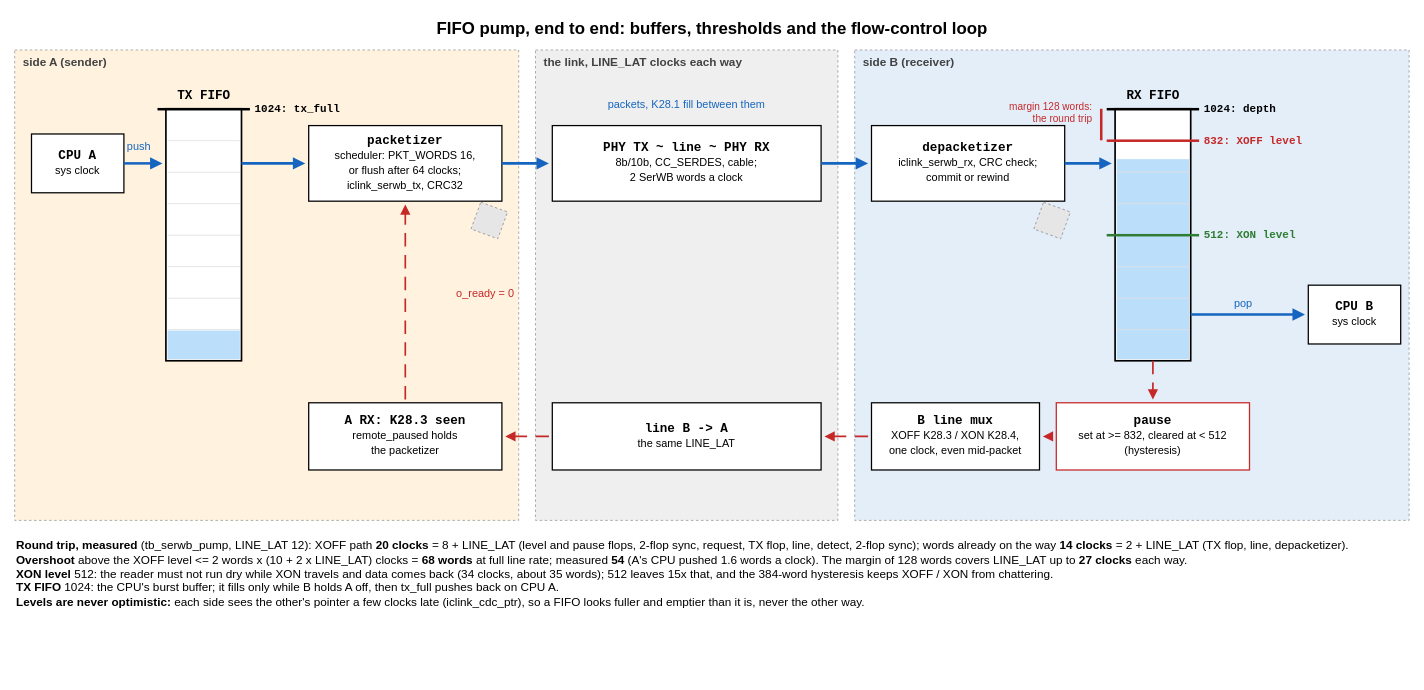
Before: 7.SerDes/0.doc/serwb-pump-e2e.drawio in chili-chips-ba/openCologne, a draw.io diagram. Source tidied: cells renumbered, new cells numbered last; positions are measured from the earlier drawing's top-left corner, leaving out a move shared by most shapes. Both pictures are drawn from the tidied source at 84%, with x=0, y=0 at pixel (14, 14). Pictures stored in the file or linked from it are replaced by grey dashed boxes.
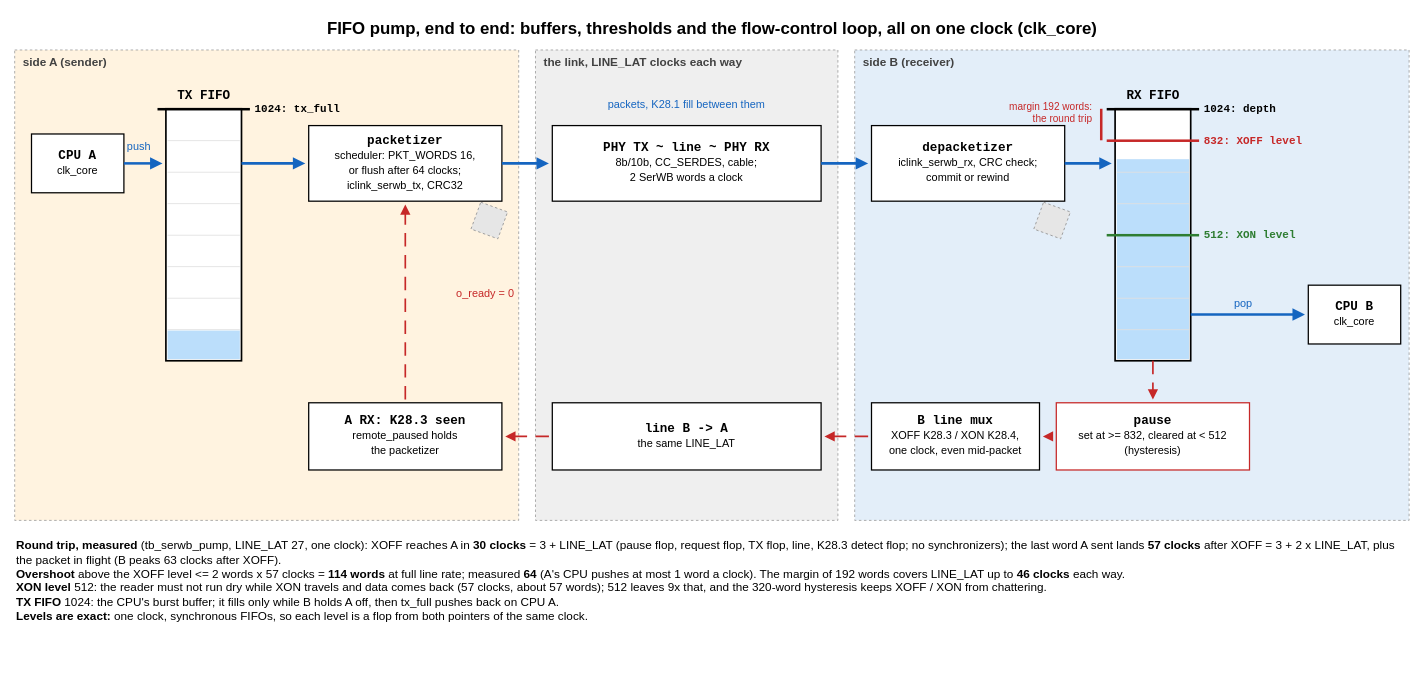
The same diagram, later.

The edit, as a diff of the source:
```diff
@@
-    <mxCell id="2" value="FIFO pump, end to end: buffers, thresholds and the flow-control loop" style="text;html=1;align=center;verticalAlign=middle;fontSize=20;fontStyle=1;fontColor=#000000;fontFamily=Helvetica;" parent="1" vertex="1">
+    <mxCell id="2" value="FIFO pump, end to end: buffers, thresholds and the flow-control loop, all on one clock (clk_core)" style="text;html=1;align=center;verticalAlign=middle;fontSize=20;fontStyle=1;fontColor=#000000;fontFamily=Helvetica;" parent="1" vertex="1">
       <mxGeometry width="1660" height="30" as="geometry" />
     </mxCell>
@@
-    <mxCell id="9" value="&lt;b&gt;CPU A&lt;/b&gt;&lt;br&gt;&lt;span style='font-family:Helvetica;font-size:13px'&gt;sys clock&lt;/span&gt;" style="rounded=0;fillColor=#ffffff;strokeColor=#000000;strokeWidth=1.5;fontSize=15;fontColor=#000000;html=1;whiteSpace=wrap;fontFamily=Courier New;" parent="1" vertex="1">
+    <mxCell id="9" value="&lt;b&gt;CPU A&lt;/b&gt;&lt;br&gt;&lt;span style='font-family:Helvetica;font-size:13px'&gt;clk_core&lt;/span&gt;" style="rounded=0;fillColor=#ffffff;strokeColor=#000000;strokeWidth=1.5;fontSize=15;fontColor=#000000;html=1;whiteSpace=wrap;fontFamily=Courier New;" parent="1" vertex="1">
       <mxGeometry x="20" y="142" width="110" height="70" as="geometry" />
     </mxCell>
@@
-    <mxCell id="41" value="&lt;b&gt;CPU B&lt;/b&gt;&lt;br&gt;&lt;span style='font-family:Helvetica;font-size:13px'&gt;sys clock&lt;/span&gt;" style="rounded=0;fillColor=#ffffff;strokeColor=#000000;strokeWidth=1.5;fontSize=15;fontColor=#000000;html=1;whiteSpace=wrap;fontFamily=Courier New;" parent="1" vertex="1">
+    <mxCell id="41" value="&lt;b&gt;CPU B&lt;/b&gt;&lt;br&gt;&lt;span style='font-family:Helvetica;font-size:13px'&gt;clk_core&lt;/span&gt;" style="rounded=0;fillColor=#ffffff;strokeColor=#000000;strokeWidth=1.5;fontSize=15;fontColor=#000000;html=1;whiteSpace=wrap;fontFamily=Courier New;" parent="1" vertex="1">
       <mxGeometry x="1540" y="322" width="110" height="70" as="geometry" />
     </mxCell>
@@
-    <mxCell id="52" value="margin 128 words:&lt;br&gt;the round trip" style="text;html=1;align=right;verticalAlign=top;fontSize=12;fontColor=#c62828;whiteSpace=wrap;fontFamily=Helvetica;" parent="1" vertex="1">
+    <mxCell id="52" value="margin 192 words:&lt;br&gt;the round trip" style="text;html=1;align=right;verticalAlign=top;fontSize=12;fontColor=#c62828;whiteSpace=wrap;fontFamily=Helvetica;" parent="1" vertex="1">
       <mxGeometry x="1140" y="96" width="145" height="40" as="geometry" />
     </mxCell>
@@
-    <mxCell id="65" value="&lt;b&gt;Round trip, measured&lt;/b&gt; (tb_serwb_pump, LINE_LAT 12): XOFF path &lt;b&gt;20 clocks&lt;/b&gt; = 8 + LINE_LAT (level and pause flops, 2-flop sync, request, TX flop, line, detect, 2-flop sync); words already on the way &lt;b&gt;14 clocks&lt;/b&gt; = 2 + LINE_LAT (TX flop, line, depacketizer).&lt;br&gt;&lt;b&gt;Overshoot&lt;/b&gt; above the XOFF level &amp;lt;= 2 words x (10 + 2 x LINE_LAT) clocks = &lt;b&gt;68 words&lt;/b&gt; at full line rate; measured &lt;b&gt;54&lt;/b&gt; (A's CPU pushed 1.6 words a clock). The margin of 128 words covers LINE_LAT up to &lt;b&gt;27 clocks&lt;/b&gt; each way.&lt;br&gt;&lt;b&gt;XON level&lt;/b&gt; 512: the reader must not run dry while XON travels and data comes back (34 clocks, about 35 words); 512 leaves 15x that, and the 384-word hysteresis keeps XOFF / XON from chattering.&lt;br&gt;&lt;b&gt;TX FIFO&lt;/b&gt; 1024: the CPU's burst buffer; it fills only while B holds A off, then tx_full pushes back on CPU A.&lt;br&gt;&lt;b&gt;Levels are never optimistic:&lt;/b&gt; each side sees the other's pointer a few clocks late (iclink_cdc_ptr), so a FIFO looks fuller and emptier than it is, never the other way." style="text;html=1;align=left;verticalAlign=top;fontSize=14;fontColor=#000000;whiteSpace=wrap;fontFamily=Helvetica;" parent="1" vertex="1">
+    <mxCell id="65" value="&lt;b&gt;Round trip, measured&lt;/b&gt; (tb_serwb_pump, LINE_LAT 27, one clock): XOFF reaches A in &lt;b&gt;30 clocks&lt;/b&gt; = 3 + LINE_LAT (pause flop, request flop, TX flop, line, K28.3 detect flop; no synchronizers); the last word A sent lands &lt;b&gt;57 clocks&lt;/b&gt; after XOFF = 3 + 2 x LINE_LAT, plus the packet in flight (B peaks 63 clocks after XOFF).&lt;br&gt;&lt;b&gt;Overshoot&lt;/b&gt; above the XOFF level &amp;lt;= 2 words x 57 clocks = &lt;b&gt;114 words&lt;/b&gt; at full line rate; measured &lt;b&gt;64&lt;/b&gt; (A's CPU pushes at most 1 word a clock). The margin of 192 words covers LINE_LAT up to &lt;b&gt;46 clocks&lt;/b&gt; each way.&lt;br&gt;&lt;b&gt;XON level&lt;/b&gt; 512: the reader must not run dry while XON travels and data comes back (57 clocks, about 57 words); 512 leaves 9x that, and the 320-word hysteresis keeps XOFF / XON from chattering.&lt;br&gt;&lt;b&gt;TX FIFO&lt;/b&gt; 1024: the CPU's burst buffer; it fills only while B holds A off, then tx_full pushes back on CPU A.&lt;br&gt;&lt;b&gt;Levels are exact:&lt;/b&gt; one clock, synchronous FIFOs, so each level is a flop from both pointers of the same clock." style="text;html=1;align=left;verticalAlign=top;fontSize=14;fontColor=#000000;whiteSpace=wrap;fontFamily=Helvetica;" parent="1" vertex="1">
       <mxGeometry y="617" width="1660" height="170" as="geometry" />
     </mxCell>
```
